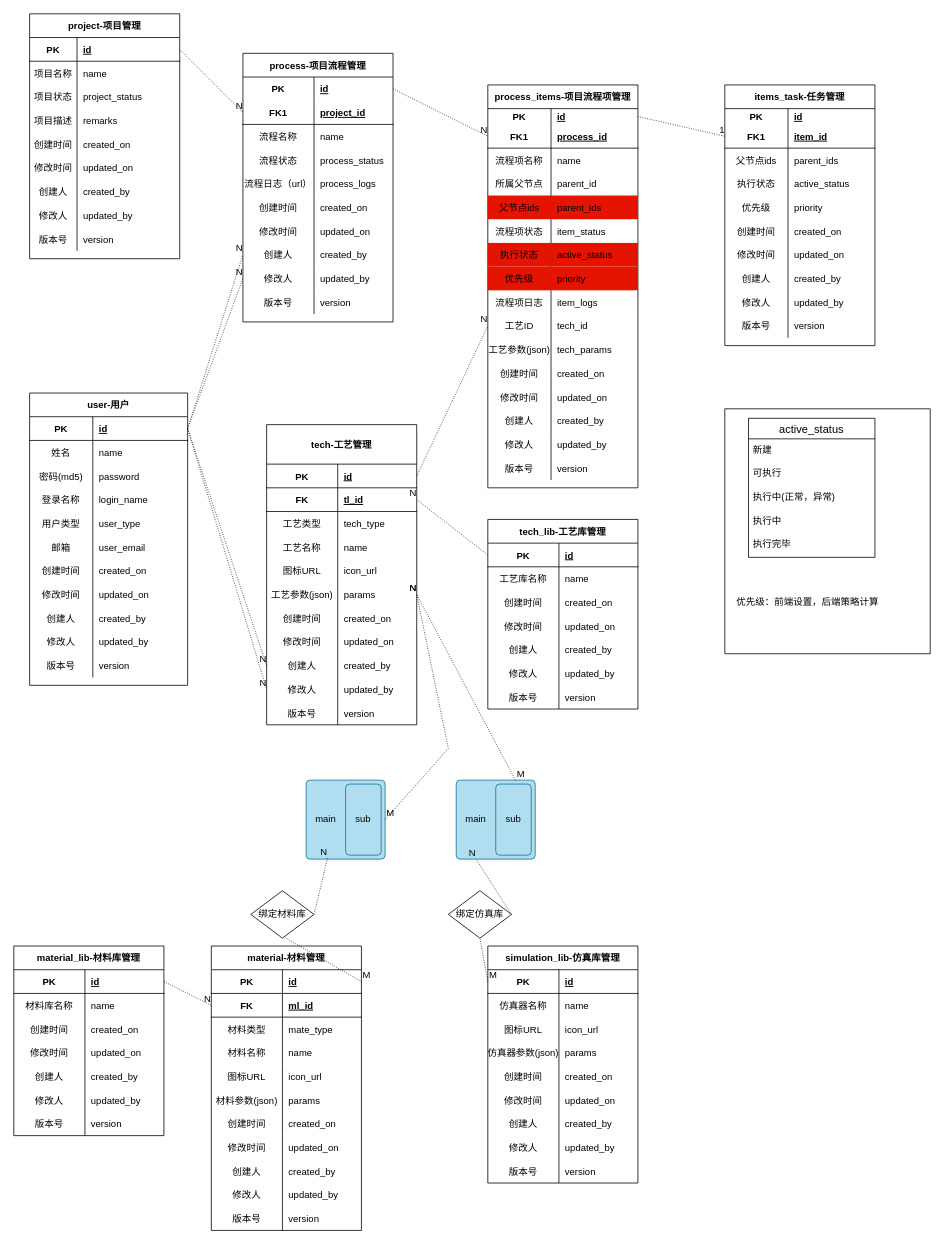
yezhen701/VTCAD keeps this draw.io diagram as doc/webVTCadDatabase.drawio. Above is the earlier version. Source tidied: cells renumbered, new cells numbered last; positions are measured from the earlier drawing's top-left corner, leaving out a move shared by most shapes. Both pictures are drawn from the tidied source at 79%, with x=0, y=0 at pixel (13, 13).
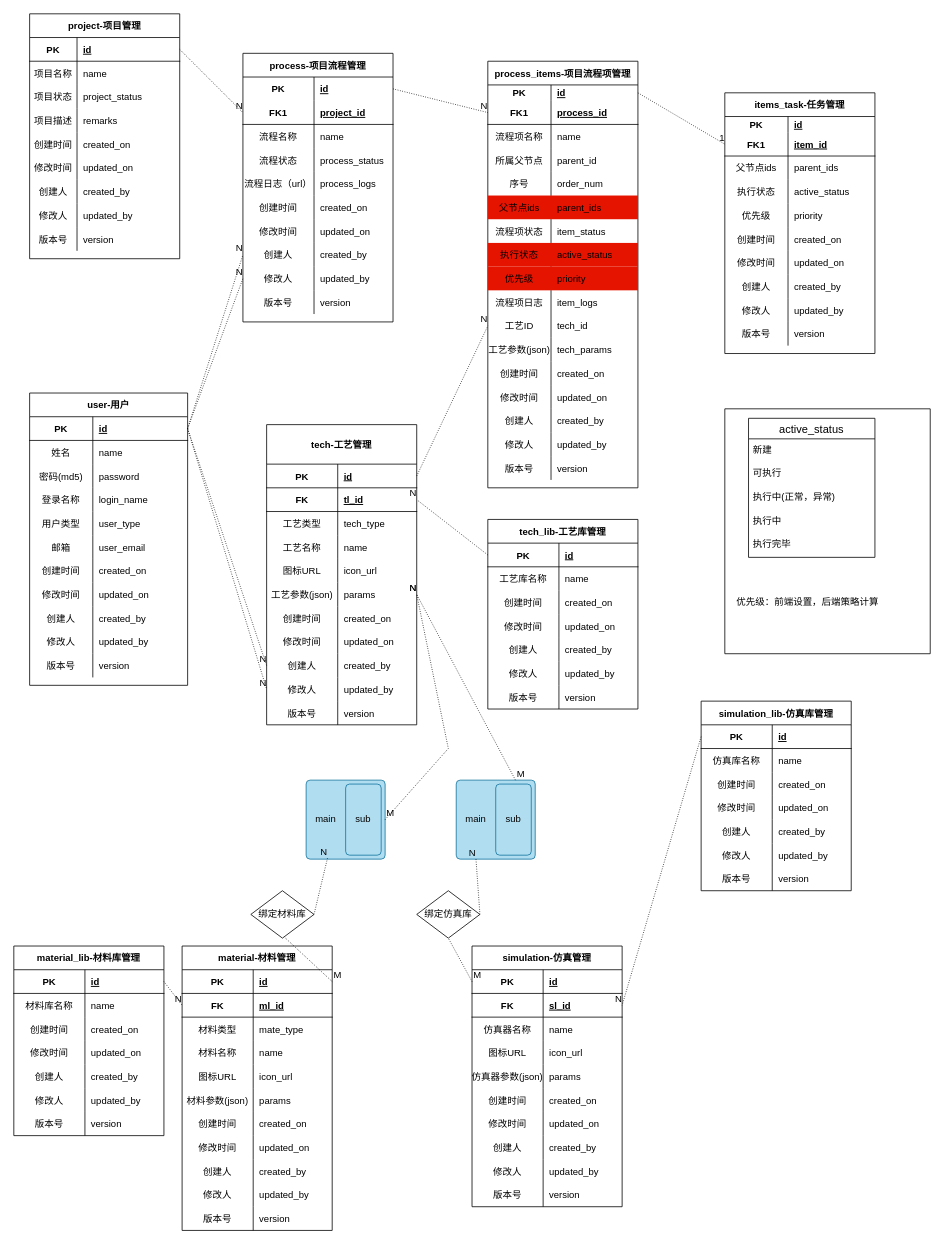
The same diagram, later.

The edit, as a diff of the source:
```diff
@@
     <mxCell id="64" value="material-材料管理" style="shape=table;startSize=30;childLayout=tableLayout;rowLines=0;fontStyle=1;align=center;" parent="1" vertex="1">
-      <mxGeometry x="250" y="1180" width="190" height="360" as="geometry" />
+      <mxGeometry x="213" y="1180" width="190" height="360" as="geometry" />
     </mxCell>
@@
-    <mxCell id="132" value="simulation_lib-仿真库管理" style="shape=table;startSize=30;childLayout=tableLayout;rowLines=0;fontStyle=1;align=center;" parent="1" vertex="1">
-      <mxGeometry x="600" y="1180" width="190" height="300" as="geometry" />
+    <mxCell id="132" value="simulation-仿真管理" style="shape=table;startSize=30;childLayout=tableLayout;rowLines=0;fontStyle=1;align=center;" parent="1" vertex="1">
+      <mxGeometry x="580" y="1180" width="190" height="330" as="geometry" />
     </mxCell>
@@
+    <mxCell id="365" style="shape=partialRectangle;fillColor=none;top=0;left=0;bottom=1;right=0;points=[[0,0.5],[1,0.5]];portConstraint=eastwest;" parent="132" vertex="1">
+      <mxGeometry y="60" width="190" height="30" as="geometry" />
+    </mxCell>
+    <mxCell id="366" value="FK" style="shape=partialRectangle;fillColor=none;top=0;left=0;bottom=0;right=0;fontStyle=1;overflow=hidden;" parent="365" vertex="1">
+      <mxGeometry width="90" height="30" as="geometry" />
+    </mxCell>
+    <mxCell id="367" value="sl_id" style="shape=partialRectangle;fillColor=none;top=0;left=0;bottom=0;right=0;align=left;spacingLeft=6;fontStyle=5;overflow=hidden;" parent="365" vertex="1">
+      <mxGeometry x="90" width="100" height="30" as="geometry" />
+    </mxCell>
     <mxCell id="136" style="shape=partialRectangle;fillColor=none;top=0;left=0;bottom=0;right=0;" parent="132" vertex="1">
-      <mxGeometry y="60" width="190" height="30" as="geometry" />
+      <mxGeometry y="90" width="190" height="30" as="geometry" />
     </mxCell>
@@
     <mxCell id="139" style="shape=partialRectangle;fillColor=none;top=0;left=0;bottom=0;right=0;" parent="132" vertex="1">
-      <mxGeometry y="90" width="190" height="30" as="geometry" />
+      <mxGeometry y="120" width="190" height="30" as="geometry" />
     </mxCell>
@@
     <mxCell id="142" style="shape=partialRectangle;fillColor=none;top=0;left=0;bottom=0;right=0;" parent="132" vertex="1">
-      <mxGeometry y="120" width="190" height="30" as="geometry" />
+      <mxGeometry y="150" width="190" height="30" as="geometry" />
     </mxCell>
@@
     <mxCell id="145" style="shape=partialRectangle;fillColor=none;top=0;left=0;bottom=0;right=0;" parent="132" vertex="1">
-      <mxGeometry y="150" width="190" height="30" as="geometry" />
+      <mxGeometry y="180" width="190" height="30" as="geometry" />
     </mxCell>
@@
     <mxCell id="148" style="shape=partialRectangle;fillColor=none;top=0;left=0;bottom=0;right=0;" parent="132" vertex="1">
-      <mxGeometry y="180" width="190" height="30" as="geometry" />
+      <mxGeometry y="210" width="190" height="30" as="geometry" />
     </mxCell>
@@
     <mxCell id="151" style="shape=partialRectangle;fillColor=none;top=0;left=0;bottom=0;right=0;" parent="132" vertex="1">
-      <mxGeometry y="210" width="190" height="30" as="geometry" />
+      <mxGeometry y="240" width="190" height="30" as="geometry" />
     </mxCell>
@@
     <mxCell id="154" style="shape=partialRectangle;fillColor=none;top=0;left=0;bottom=0;right=0;" parent="132" vertex="1">
-      <mxGeometry y="240" width="190" height="30" as="geometry" />
+      <mxGeometry y="270" width="190" height="30" as="geometry" />
     </mxCell>
@@
     <mxCell id="157" style="shape=partialRectangle;fillColor=none;top=0;left=0;bottom=0;right=0;" parent="132" vertex="1">
-      <mxGeometry y="270" width="190" height="30" as="geometry" />
+      <mxGeometry y="300" width="190" height="30" as="geometry" />
     </mxCell>
@@
     <mxCell id="160" value="process_items-项目流程项管理" style="shape=table;startSize=30;childLayout=tableLayout;rowLines=0;fontStyle=1;align=center;" parent="1" vertex="1">
-      <mxGeometry x="600" y="90" width="190" height="510" as="geometry" />
+      <mxGeometry x="600" y="60" width="190" height="540" as="geometry" />
     </mxCell>
@@
+    <mxCell id="368" style="shape=partialRectangle;fillColor=none;top=0;left=0;bottom=0;right=0;" parent="160" vertex="1">
+      <mxGeometry y="140" width="190" height="30" as="geometry" />
+    </mxCell>
+    <mxCell id="369" value="序号" style="shape=partialRectangle;fillColor=none;top=0;left=0;bottom=0;right=0;overflow=hidden;" parent="368" vertex="1">
+      <mxGeometry width="80" height="30" as="geometry" />
+    </mxCell>
+    <mxCell id="370" value="order_num" style="shape=partialRectangle;fillColor=none;top=0;left=0;bottom=0;right=0;align=left;spacingLeft=6;overflow=hidden;" parent="368" vertex="1">
+      <mxGeometry x="80" width="110" height="30" as="geometry" />
+    </mxCell>
     <mxCell id="173" style="shape=partialRectangle;fillColor=#e51400;top=0;left=0;bottom=0;right=0;strokeColor=#B20000;fontColor=#ffffff;" parent="160" vertex="1">
-      <mxGeometry y="140" width="190" height="30" as="geometry" />
+      <mxGeometry y="170" width="190" height="30" as="geometry" />
     </mxCell>
@@
     <mxCell id="176" style="shape=partialRectangle;fillColor=none;top=0;left=0;bottom=0;right=0;" parent="160" vertex="1">
-      <mxGeometry y="170" width="190" height="30" as="geometry" />
+      <mxGeometry y="200" width="190" height="30" as="geometry" />
     </mxCell>
@@
     <mxCell id="179" style="shape=partialRectangle;fillColor=#e51400;top=0;left=0;bottom=0;right=0;strokeColor=#B20000;fontColor=#ffffff;" parent="160" vertex="1">
-      <mxGeometry y="200" width="190" height="30" as="geometry" />
+      <mxGeometry y="230" width="190" height="30" as="geometry" />
     </mxCell>
@@
     <mxCell id="182" style="shape=partialRectangle;fillColor=#e51400;top=0;left=0;bottom=0;right=0;strokeColor=#B20000;fontColor=#ffffff;" parent="160" vertex="1">
-      <mxGeometry y="230" width="190" height="30" as="geometry" />
+      <mxGeometry y="260" width="190" height="30" as="geometry" />
     </mxCell>
@@
     <mxCell id="185" style="shape=partialRectangle;fillColor=none;top=0;left=0;bottom=0;right=0;" parent="160" vertex="1">
-      <mxGeometry y="260" width="190" height="30" as="geometry" />
+      <mxGeometry y="290" width="190" height="30" as="geometry" />
     </mxCell>
@@
     <mxCell id="188" style="shape=partialRectangle;fillColor=none;top=0;left=0;bottom=0;right=0;points=[[0,0.5],[1,0.5]];portConstraint=eastwest;" parent="160" vertex="1">
-      <mxGeometry y="290" width="190" height="30" as="geometry" />
+      <mxGeometry y="320" width="190" height="30" as="geometry" />
     </mxCell>
@@
     <mxCell id="191" style="shape=partialRectangle;fillColor=none;top=0;left=0;bottom=0;right=0;" parent="160" vertex="1">
-      <mxGeometry y="320" width="190" height="30" as="geometry" />
+      <mxGeometry y="350" width="190" height="30" as="geometry" />
     </mxCell>
@@
     <mxCell id="194" style="shape=partialRectangle;fillColor=none;top=0;left=0;bottom=0;right=0;" parent="160" vertex="1">
-      <mxGeometry y="350" width="190" height="30" as="geometry" />
+      <mxGeometry y="380" width="190" height="30" as="geometry" />
     </mxCell>
@@
     <mxCell id="197" style="shape=partialRectangle;fillColor=none;top=0;left=0;bottom=0;right=0;" parent="160" vertex="1">
-      <mxGeometry y="380" width="190" height="30" as="geometry" />
+      <mxGeometry y="410" width="190" height="30" as="geometry" />
     </mxCell>
@@
     <mxCell id="200" style="shape=partialRectangle;fillColor=none;top=0;left=0;bottom=0;right=0;" parent="160" vertex="1">
-      <mxGeometry y="410" width="190" height="30" as="geometry" />
+      <mxGeometry y="440" width="190" height="30" as="geometry" />
     </mxCell>
@@
     <mxCell id="203" style="shape=partialRectangle;fillColor=none;top=0;left=0;bottom=0;right=0;" parent="160" vertex="1">
-      <mxGeometry y="440" width="190" height="30" as="geometry" />
+      <mxGeometry y="470" width="190" height="30" as="geometry" />
     </mxCell>
@@
     <mxCell id="206" style="shape=partialRectangle;fillColor=none;top=0;left=0;bottom=0;right=0;" parent="160" vertex="1">
-      <mxGeometry y="470" width="190" height="30" as="geometry" />
+      <mxGeometry y="500" width="190" height="30" as="geometry" />
     </mxCell>
@@
     <mxCell id="310" value="items_task-任务管理" style="shape=table;startSize=30;childLayout=tableLayout;rowLines=0;fontStyle=1;align=center;" parent="1" vertex="1">
-      <mxGeometry x="900" y="90" width="190" height="330" as="geometry" />
+      <mxGeometry x="900" y="100" width="190" height="330" as="geometry" />
     </mxCell>
@@
     <mxCell id="362" value="绑定仿真库" style="shape=rhombus;perimeter=rhombusPerimeter;whiteSpace=wrap;html=1;align=center;" parent="1" vertex="1">
-      <mxGeometry x="550" y="1110" width="80" height="60" as="geometry" />
+      <mxGeometry x="510" y="1110" width="80" height="60" as="geometry" />
     </mxCell>
@@
+    <mxCell id="371" value="simulation_lib-仿真库管理" style="shape=table;startSize=30;childLayout=tableLayout;rowLines=0;fontStyle=1;align=center;" parent="1" vertex="1">
+      <mxGeometry x="870" y="870" width="190" height="240" as="geometry" />
+    </mxCell>
+    <mxCell id="372" style="shape=partialRectangle;fillColor=none;top=0;left=0;bottom=1;right=0;points=[[0,0.5],[1,0.5]];portConstraint=eastwest;" parent="371" vertex="1">
+      <mxGeometry y="30" width="190" height="30" as="geometry" />
+    </mxCell>
+    <mxCell id="373" value="PK" style="shape=partialRectangle;fillColor=none;top=0;left=0;bottom=0;right=0;fontStyle=1;overflow=hidden;" parent="372" vertex="1">
+      <mxGeometry width="90" height="30" as="geometry" />
+    </mxCell>
+    <mxCell id="374" value="id" style="shape=partialRectangle;fillColor=none;top=0;left=0;bottom=0;right=0;align=left;spacingLeft=6;fontStyle=5;overflow=hidden;" parent="372" vertex="1">
+      <mxGeometry x="90" width="100" height="30" as="geometry" />
+    </mxCell>
+    <mxCell id="375" style="shape=partialRectangle;fillColor=none;top=0;left=0;bottom=0;right=0;" parent="371" vertex="1">
+      <mxGeometry y="60" width="190" height="30" as="geometry" />
+    </mxCell>
+    <mxCell id="376" value="仿真库名称" style="shape=partialRectangle;fillColor=none;top=0;left=0;bottom=0;right=0;overflow=hidden;" parent="375" vertex="1">
+      <mxGeometry width="90" height="30" as="geometry" />
+    </mxCell>
+    <mxCell id="377" value="name" style="shape=partialRectangle;fillColor=none;top=0;left=0;bottom=0;right=0;align=left;spacingLeft=6;overflow=hidden;" parent="375" vertex="1">
+      <mxGeometry x="90" width="100" height="30" as="geometry" />
+    </mxCell>
+    <mxCell id="378" style="shape=partialRectangle;fillColor=none;top=0;left=0;bottom=0;right=0;" parent="371" vertex="1">
+      <mxGeometry y="90" width="190" height="30" as="geometry" />
+    </mxCell>
+    <mxCell id="379" value="创建时间" style="shape=partialRectangle;fillColor=none;top=0;left=0;bottom=0;right=0;overflow=hidden;" parent="378" vertex="1">
+      <mxGeometry width="90" height="30" as="geometry" />
+    </mxCell>
+    <mxCell id="380" value="created_on" style="shape=partialRectangle;fillColor=none;top=0;left=0;bottom=0;right=0;align=left;spacingLeft=6;overflow=hidden;" parent="378" vertex="1">
+      <mxGeometry x="90" width="100" height="30" as="geometry" />
+    </mxCell>
+    <mxCell id="381" style="shape=partialRectangle;fillColor=none;top=0;left=0;bottom=0;right=0;" parent="371" vertex="1">
+      <mxGeometry y="120" width="190" height="30" as="geometry" />
+    </mxCell>
+    <mxCell id="382" value="修改时间" style="shape=partialRectangle;fillColor=none;top=0;left=0;bottom=0;right=0;overflow=hidden;" parent="381" vertex="1">
+      <mxGeometry width="90" height="30" as="geometry" />
+    </mxCell>
+    <mxCell id="383" value="updated_on" style="shape=partialRectangle;fillColor=none;top=0;left=0;bottom=0;right=0;align=left;spacingLeft=6;overflow=hidden;" parent="381" vertex="1">
+      <mxGeometry x="90" width="100" height="30" as="geometry" />
+    </mxCell>
+    <mxCell id="384" style="shape=partialRectangle;fillColor=none;top=0;left=0;bottom=0;right=0;" parent="371" vertex="1">
+      <mxGeometry y="150" width="190" height="30" as="geometry" />
+    </mxCell>
+    <mxCell id="385" value="创建人" style="shape=partialRectangle;fillColor=none;top=0;left=0;bottom=0;right=0;overflow=hidden;" parent="384" vertex="1">
+      <mxGeometry width="90" height="30" as="geometry" />
+    </mxCell>
+    <mxCell id="386" value="created_by" style="shape=partialRectangle;fillColor=none;top=0;left=0;bottom=0;right=0;align=left;spacingLeft=6;overflow=hidden;" parent="384" vertex="1">
+      <mxGeometry x="90" width="100" height="30" as="geometry" />
+    </mxCell>
+    <mxCell id="387" style="shape=partialRectangle;fillColor=none;top=0;left=0;bottom=0;right=0;" parent="371" vertex="1">
+      <mxGeometry y="180" width="190" height="30" as="geometry" />
+    </mxCell>
+    <mxCell id="388" value="修改人" style="shape=partialRectangle;fillColor=none;top=0;left=0;bottom=0;right=0;overflow=hidden;" parent="387" vertex="1">
+      <mxGeometry width="90" height="30" as="geometry" />
+    </mxCell>
+    <mxCell id="389" value="updated_by" style="shape=partialRectangle;fillColor=none;top=0;left=0;bottom=0;right=0;align=left;spacingLeft=6;overflow=hidden;" parent="387" vertex="1">
+      <mxGeometry x="90" width="100" height="30" as="geometry" />
+    </mxCell>
+    <mxCell id="390" style="shape=partialRectangle;fillColor=none;top=0;left=0;bottom=0;right=0;" parent="371" vertex="1">
+      <mxGeometry y="210" width="190" height="30" as="geometry" />
+    </mxCell>
+    <mxCell id="391" value="版本号" style="shape=partialRectangle;fillColor=none;top=0;left=0;bottom=0;right=0;overflow=hidden;" parent="390" vertex="1">
+      <mxGeometry width="90" height="30" as="geometry" />
+    </mxCell>
+    <mxCell id="392" value="version" style="shape=partialRectangle;fillColor=none;top=0;left=0;bottom=0;right=0;align=left;spacingLeft=6;overflow=hidden;" parent="390" vertex="1">
+      <mxGeometry x="90" width="100" height="30" as="geometry" />
+    </mxCell>
+    <mxCell id="393" style="endArrow=none;html=1;rounded=0;dashed=1;dashPattern=1 2;entryX=1;entryY=0.5;entryDx=0;entryDy=0;exitX=0;exitY=0.5;exitDx=0;exitDy=0;" parent="1" edge="1" source="372" target="365">
+      <mxGeometry relative="1" as="geometry" />
+    </mxCell>
+    <mxCell id="394" value="N" style="html=1;align=right;verticalAlign=bottom;" parent="393" vertex="1">
+      <mxGeometry x="1" relative="1" as="geometry" />
+    </mxCell>
```
